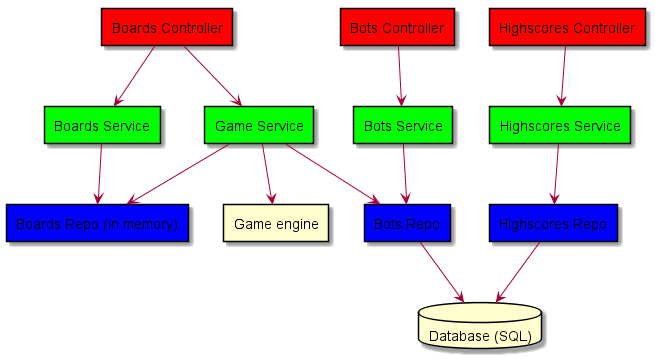
Etimo/diamonds keeps this PlantUML diagram as wip-files/Architecture.png. Above is the earlier version. The source it was exported from:
```plantuml
@startuml
rectangle "Boards Controller" as BoardsController #FF0000
rectangle "Bots Controller" as BotsController #FF0000
rectangle "Highscores Controller" as HighscoresController #FF0000

rectangle "Boards Service" as BoardsService #00FF00
rectangle "Game Service" as GameService #00FF00
rectangle "Bots Service" as BotsService #00FF00
rectangle "Highscores Service" as HighscoresService #00FF00

rectangle "Game engine" as GameEngine

rectangle "Boards Repo (in memory)" as BoardsRepo #0000FF
rectangle "Bots Repo" as BotsRepo #0000FF
rectangle "Highscores Repo" as HighscoresRepo #0000FF

database "Database (SQL)" as Database

BoardsController --> BoardsService
BoardsController --> GameService
BotsController --> BotsService
HighscoresController --> HighscoresService

BoardsService --> BoardsRepo
BotsService --> BotsRepo
GameService --> BotsRepo
GameService --> BoardsRepo
GameService --> GameEngine
HighscoresService --> HighscoresRepo

BotsRepo --> Database
HighscoresRepo --> Database
@enduml
```
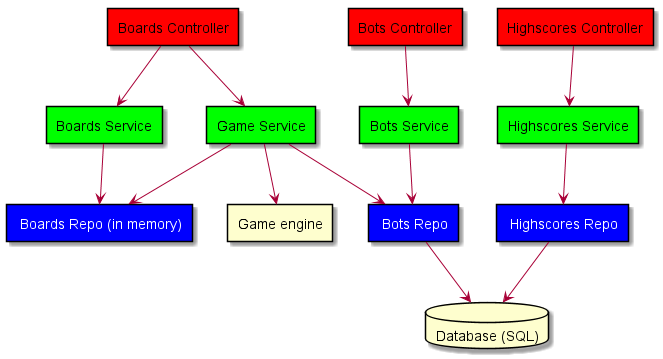
The same diagram one commit later.

Commit message:
Font color white on blue

Diff of the diagram source:
```diff
@@ -10,9 +10,9 @@
 
 rectangle "Game engine" as GameEngine
 
-rectangle "Boards Repo (in memory)" as BoardsRepo #0000FF
-rectangle "Bots Repo" as BotsRepo #0000FF
-rectangle "Highscores Repo" as HighscoresRepo #0000FF
+rectangle "<color:#FFFFFF> Boards Repo (in memory)" as BoardsRepo #0000FF
+rectangle "<color:#FFFFFF> Bots Repo" as BotsRepo #0000FF
+rectangle "<color:#FFFFFF> Highscores Repo" as HighscoresRepo #0000FF
 
 database "Database (SQL)" as Database
 
```
